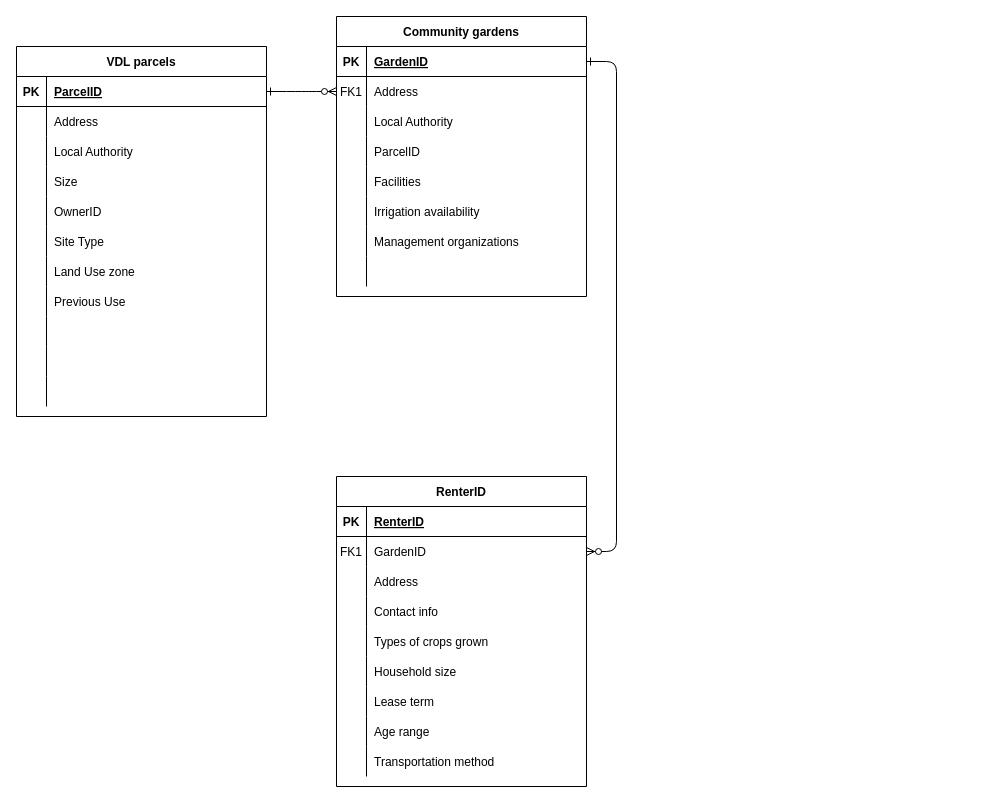
Above: GDI_Final.drawio in aissaevitch/aissaevitch.github.io (draw.io), before the change. Source tidied: cells renumbered, new cells numbered last; positions are measured from the earlier drawing's top-left corner, leaving out a move shared by most shapes. Both pictures are drawn from the tidied source at 100%, with x=0, y=0 at pixel (16, 16).
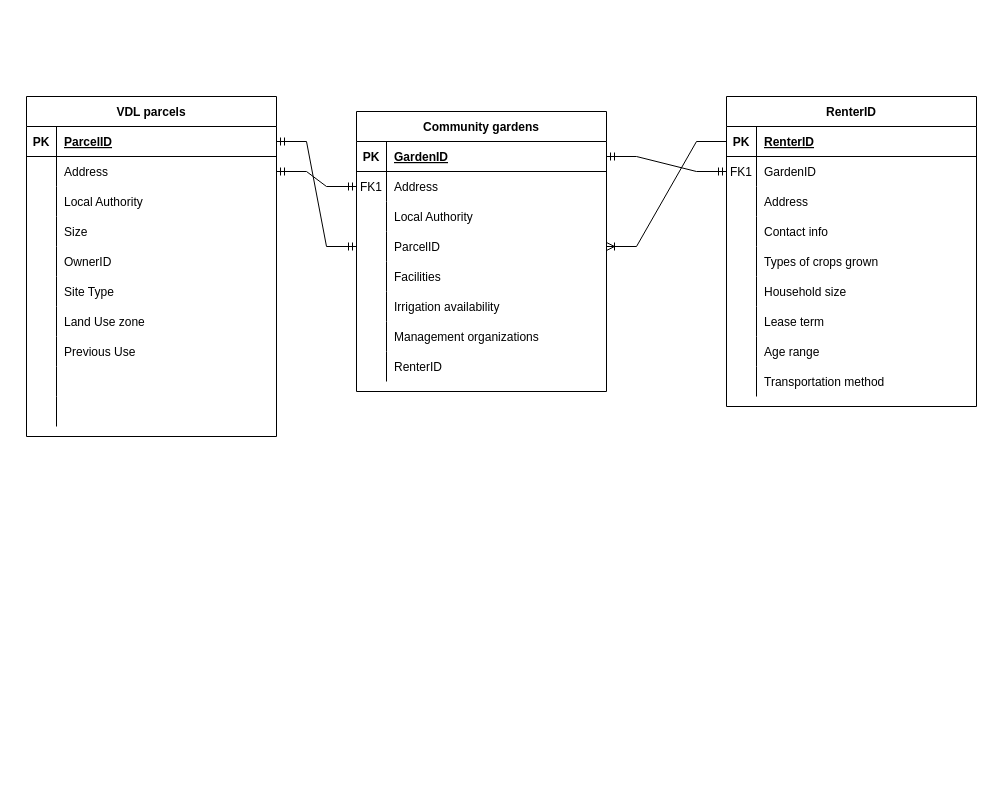
Above is the later version.

Unchanged cells that the change refers to:
```xml
<mxCell id="5" style="shape=partialRectangle;fillColor=none;points=[[0,0.5],[1,0.5]];portConstraint=eastwest;top=0;left=0;right=0;bottom=1;" parent="4" vertex="1">
  <mxGeometry y="30" width="250" height="30" as="geometry" />
</mxCell>
<mxCell id="8" style="shape=partialRectangle;fillColor=none;points=[[0,0.5],[1,0.5]];portConstraint=eastwest;top=0;left=0;right=0;bottom=0;" parent="4" vertex="1">
  <mxGeometry y="60" width="250" height="30" as="geometry" />
</mxCell>
<mxCell id="14" style="shape=partialRectangle;fillColor=none;points=[[0,0.5],[1,0.5]];portConstraint=eastwest;top=0;left=0;right=0;bottom=0;" parent="4" vertex="1">
  <mxGeometry y="120" width="250" height="30" as="geometry" />
</mxCell>
<mxCell id="26" style="shape=partialRectangle;fillColor=none;top=0;left=0;right=0;bottom=0;" parent="4" vertex="1">
  <mxGeometry y="240" width="250" height="30" as="geometry" />
</mxCell>
<mxCell id="30" style="shape=partialRectangle;fillColor=none;points=[[0,0.5],[1,0.5]];portConstraint=eastwest;top=0;left=0;right=0;bottom=1;" parent="29" vertex="1">
  <mxGeometry y="30" width="250" height="30" as="geometry" />
</mxCell>
<mxCell id="33" style="shape=partialRectangle;fillColor=none;points=[[0,0.5],[1,0.5]];portConstraint=eastwest;top=0;left=0;right=0;bottom=0;" parent="29" vertex="1">
  <mxGeometry y="60" width="250" height="30" as="geometry" />
</mxCell>
<mxCell id="58" style="shape=partialRectangle;fillColor=none;points=[[0,0.5],[1,0.5]];portConstraint=eastwest;top=0;left=0;right=0;bottom=1;" parent="57" vertex="1">
  <mxGeometry y="30" width="250" height="30" as="geometry" />
</mxCell>
<mxCell id="61" style="shape=partialRectangle;fillColor=none;points=[[0,0.5],[1,0.5]];portConstraint=eastwest;top=0;left=0;right=0;bottom=0;" parent="57" vertex="1">
  <mxGeometry y="60" width="250" height="30" as="geometry" />
</mxCell>
```

Change to the diagram source:
```diff
@@
-    <mxCell id="2" style="edgeStyle=entityRelationEdgeStyle;endArrow=ERzeroToMany;startArrow=ERone;endFill=1;startFill=0;" parent="1" edge="1" source="58" target="8">
-      <mxGeometry relative="1" as="geometry" />
-    </mxCell>
-    <mxCell id="3" style="edgeStyle=entityRelationEdgeStyle;endArrow=ERzeroToMany;startArrow=ERone;endFill=1;startFill=0;" parent="1" edge="1" source="5" target="33">
-      <mxGeometry relative="1" as="geometry" />
-    </mxCell>
     <mxCell id="4" value="Community gardens" style="shape=table;startSize=30;childLayout=tableLayout;rowLines=0;fontStyle=1;align=center;" parent="1" vertex="1">
-      <mxGeometry x="320" width="250" height="280" as="geometry" />
+      <mxGeometry x="340" y="95" width="250" height="280" as="geometry" />
     </mxCell>
@@
-    <mxCell id="28" style="shape=partialRectangle;overflow=hidden;fillColor=none;top=0;left=0;bottom=0;right=0;align=left;spacingLeft=6;" parent="26" vertex="1">
+    <mxCell id="28" value="RenterID" style="shape=partialRectangle;overflow=hidden;fillColor=none;top=0;left=0;bottom=0;right=0;align=left;spacingLeft=6;" parent="26" vertex="1">
       <mxGeometry x="30" width="220" height="30" as="geometry" />
     </mxCell>
     <mxCell id="29" value="RenterID" style="shape=table;startSize=30;childLayout=tableLayout;rowLines=0;fontStyle=1;align=center;" parent="1" vertex="1">
-      <mxGeometry x="320" y="460" width="250" height="310" as="geometry" />
+      <mxGeometry x="710" y="80" width="250" height="310" as="geometry" />
     </mxCell>
@@
     <mxCell id="57" value="VDL parcels" style="shape=table;startSize=30;childLayout=tableLayout;rowLines=0;fontStyle=1;align=center;" parent="1" vertex="1">
-      <mxGeometry y="30" width="250" height="370" as="geometry" />
+      <mxGeometry x="10" y="80" width="250" height="340" as="geometry" />
     </mxCell>
@@
-    <mxCell id="88" style="shape=partialRectangle;fillColor=none;top=0;left=0;right=0;bottom=0;" parent="57" vertex="1">
-      <mxGeometry y="330" width="250" height="30" as="geometry" />
-    </mxCell>
-    <mxCell id="89" style="shape=partialRectangle;overflow=hidden;fillColor=none;top=0;left=0;bottom=0;right=0;" parent="88" vertex="1">
-      <mxGeometry width="30" height="30" as="geometry" />
-    </mxCell>
-    <mxCell id="90" style="shape=partialRectangle;overflow=hidden;fillColor=none;top=0;left=0;bottom=0;right=0;align=left;spacingLeft=6;" parent="88" vertex="1">
-      <mxGeometry x="30" width="220" height="30" as="geometry" />
-    </mxCell>
+    <mxCell id="91" style="edgeStyle=entityRelationEdgeStyle;fontSize=12;html=1;endArrow=ERmandOne;startArrow=ERmandOne;rounded=0;" parent="1" edge="1" source="58" target="14">
+      <mxGeometry relative="1" as="geometry" />
+    </mxCell>
+    <mxCell id="3" style="edgeStyle=entityRelationEdgeStyle;fontSize=12;html=1;endArrow=ERmandOne;startArrow=ERmandOne;rounded=0;entryX=0;entryY=0.5;entryDx=0;entryDy=0;" parent="1" edge="1" source="5" target="33">
+      <mxGeometry relative="1" as="geometry" />
+    </mxCell>
+    <mxCell id="92" style="edgeStyle=entityRelationEdgeStyle;fontSize=12;html=1;endArrow=ERoneToMany;rounded=0;" parent="1" edge="1" source="30" target="14">
+      <mxGeometry relative="1" as="geometry">
+        <Array as="points">
+          <mxPoint x="600" y="235" />
+        </Array>
+      </mxGeometry>
+    </mxCell>
+    <mxCell id="93" style="edgeStyle=entityRelationEdgeStyle;fontSize=12;html=1;endArrow=ERmandOne;startArrow=ERmandOne;rounded=0;" parent="1" edge="1" source="61" target="8">
+      <mxGeometry relative="1" as="geometry">
+        <Array as="points">
+          <mxPoint x="280" y="325" />
+          <mxPoint x="300" y="325" />
+        </Array>
+      </mxGeometry>
+    </mxCell>
```
